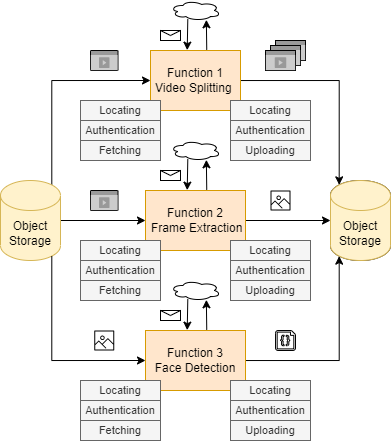
This is doc/diagrams/scn/scn_faas.dio.png from hpcclab/OaaS, a draw.io export, as it was before one commit. Source tidied: cells renumbered, new cells last; positions are measured from the earlier drawing's top-left corner, leaving out a move shared by most shapes.
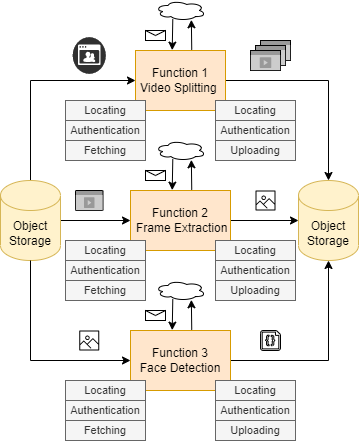
Later version of the same file.

The edit, as a diff of the source:
```diff
@@ -11,23 +11,20 @@
     <mxCell id="4" style="html=1;labelPosition=center;verticalLabelPosition=middle;verticalAlign=top;align=center;fontSize=12;spacingTop=-6;sketch=0;shape=mxgraph.sitemap.video;fillColor=#999999;strokeColor=#000000;" parent="1" vertex="1">
       <mxGeometry x="265" y="50" width="30" height="20" as="geometry" />
     </mxCell>
-    <mxCell id="5" style="edgeStyle=orthogonalEdgeStyle;rounded=0;jettySize=auto;html=1;entryX=0.145;entryY=0;entryDx=0;entryDy=4.35;entryPerimeter=0;" parent="1" edge="1" source="6" target="51">
+    <mxCell id="5" style="edgeStyle=orthogonalEdgeStyle;rounded=0;jettySize=auto;html=1;" parent="1" edge="1" source="6" target="51">
       <mxGeometry relative="1" as="geometry" />
     </mxCell>
     <mxCell id="6" value="Function&amp;nbsp;1&lt;br&gt;Video Splitting&amp;nbsp;" style="rounded=0;whiteSpace=wrap;html=1;fillColor=#ffe6cc;strokeColor=#d79b00;" parent="1" vertex="1">
       <mxGeometry x="150" y="50" width="90" height="60" as="geometry" />
     </mxCell>
-    <mxCell id="7" style="edgeStyle=orthogonalEdgeStyle;rounded=0;jettySize=auto;html=1;entryX=0;entryY=0.5;entryDx=0;entryDy=0;exitX=0.855;exitY=0;exitDx=0;exitDy=4.35;exitPerimeter=0;" parent="1" edge="1" source="12" target="6">
+    <mxCell id="7" style="edgeStyle=orthogonalEdgeStyle;rounded=0;jettySize=auto;html=1;entryX=0;entryY=0.5;entryDx=0;entryDy=0;exitX=0.5;exitY=0;exitDx=0;exitDy=0;exitPerimeter=0;" parent="1" edge="1" source="12" target="6">
       <mxGeometry relative="1" as="geometry">
         <Array as="points">
-          <mxPoint x="51" y="80" />
+          <mxPoint x="45" y="80" />
         </Array>
       </mxGeometry>
     </mxCell>
-    <mxCell id="8" style="html=1;labelPosition=center;verticalLabelPosition=middle;verticalAlign=top;align=center;fontSize=12;spacingTop=-6;sketch=0;shape=mxgraph.sitemap.video;fillColor=#999999;strokeColor=#000000;" parent="1" vertex="1">
-      <mxGeometry x="90" y="50" width="27.5" height="20" as="geometry" />
-    </mxCell>
-    <mxCell id="9" style="edgeStyle=orthogonalEdgeStyle;rounded=0;jettySize=auto;html=1;" parent="1" edge="1" source="10" target="13">
+    <mxCell id="9" style="edgeStyle=orthogonalEdgeStyle;rounded=0;jettySize=auto;html=1;entryX=0;entryY=0.5;entryDx=0;entryDy=0;entryPerimeter=0;" parent="1" edge="1" source="10" target="51">
       <mxGeometry relative="1" as="geometry" />
     </mxCell>
     <mxCell id="10" value="Function&amp;nbsp;2&lt;br&gt;&amp;nbsp;Frame Extraction" style="rounded=0;whiteSpace=wrap;html=1;fillColor=#ffe6cc;strokeColor=#d79b00;" parent="1" vertex="1">
@@ -37,24 +34,21 @@
       <mxGeometry relative="1" as="geometry" />
     </mxCell>
     <mxCell id="12" value="Object Storage" style="shape=cylinder3;whiteSpace=wrap;html=1;boundedLbl=1;backgroundOutline=1;size=15;fillColor=#fff2cc;strokeColor=#d6b656;" parent="1" vertex="1">
-      <mxGeometry y="180" width="60" height="80" as="geometry" />
+      <mxGeometry x="15" y="180" width="60" height="80" as="geometry" />
     </mxCell>
-    <mxCell id="13" value="Object Storage" style="shape=cylinder3;whiteSpace=wrap;html=1;boundedLbl=1;backgroundOutline=1;size=15;" parent="1" vertex="1">
-      <mxGeometry x="330" y="180" width="60" height="80" as="geometry" />
-    </mxCell>
     <mxCell id="14" style="html=1;labelPosition=center;verticalLabelPosition=middle;verticalAlign=top;align=center;fontSize=12;spacingTop=-6;sketch=0;shape=mxgraph.sitemap.video;fillColor=#999999;strokeColor=#000000;" parent="1" vertex="1">
       <mxGeometry x="90" y="190" width="27.5" height="20" as="geometry" />
     </mxCell>
-    <mxCell id="15" style="edgeStyle=orthogonalEdgeStyle;rounded=0;jettySize=auto;html=1;entryX=0.145;entryY=1;entryDx=0;entryDy=-4.35;entryPerimeter=0;" parent="1" edge="1" source="16" target="51">
+    <mxCell id="15" style="edgeStyle=orthogonalEdgeStyle;rounded=0;jettySize=auto;html=1;entryX=0.5;entryY=1;entryDx=0;entryDy=0;entryPerimeter=0;" parent="1" edge="1" source="16" target="51">
       <mxGeometry relative="1" as="geometry" />
     </mxCell>
     <mxCell id="16" value="Function&amp;nbsp;3&lt;br&gt;Face Detection" style="rounded=0;whiteSpace=wrap;html=1;fillColor=#ffe6cc;strokeColor=#d79b00;" parent="1" vertex="1">
       <mxGeometry x="145" y="330" width="100" height="60" as="geometry" />
     </mxCell>
-    <mxCell id="17" style="edgeStyle=orthogonalEdgeStyle;rounded=0;jettySize=auto;html=1;entryX=0;entryY=0.5;entryDx=0;entryDy=0;exitX=0.855;exitY=1;exitDx=0;exitDy=-4.35;exitPerimeter=0;" parent="1" edge="1" source="12" target="16">
+    <mxCell id="17" style="edgeStyle=orthogonalEdgeStyle;rounded=0;jettySize=auto;html=1;entryX=0;entryY=0.5;entryDx=0;entryDy=0;exitX=0.5;exitY=1;exitDx=0;exitDy=0;exitPerimeter=0;" parent="1" edge="1" source="12" target="16">
       <mxGeometry relative="1" as="geometry">
         <Array as="points">
-          <mxPoint x="51" y="360" />
+          <mxPoint x="45" y="360" />
         </Array>
       </mxGeometry>
     </mxCell>
@@ -170,7 +164,10 @@
       <mxGeometry x="230" y="400" width="80" height="20" as="geometry" />
     </mxCell>
     <mxCell id="51" value="Object Storage" style="shape=cylinder3;whiteSpace=wrap;html=1;boundedLbl=1;backgroundOutline=1;size=15;fillColor=#fff2cc;strokeColor=#d6b656;" parent="1" vertex="1">
-      <mxGeometry x="330" y="180" width="60" height="80" as="geometry" />
+      <mxGeometry x="313" y="180" width="60" height="80" as="geometry" />
     </mxCell>
+    <mxCell id="52" style="fillColor=#303030;verticalLabelPosition=bottom;sketch=0;html=1;strokeColor=#ffffff;verticalAlign=top;align=center;shape=mxgraph.cisco_safe.compositeIcon;bgIcon=ellipse;resIcon=mxgraph.cisco_safe.capability.video;" parent="1" vertex="1">
+      <mxGeometry x="87.2" y="36.8" width="33" height="36.5" as="geometry" />
+    </mxCell>
   </root>
 </mxGraphModel>
```
